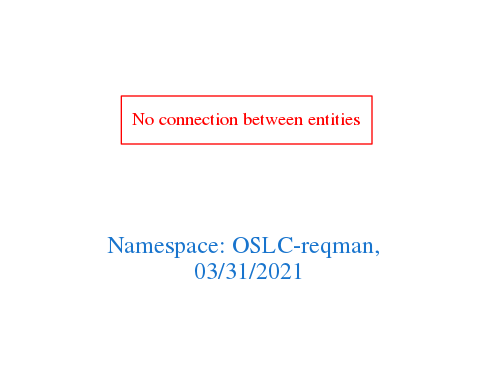
Before: downloads/OSLC-reqman.png, a diagram exported from Graphviz (arago/OGIT). Its source is kept beside it as downloads/OSLC-reqman.dot.
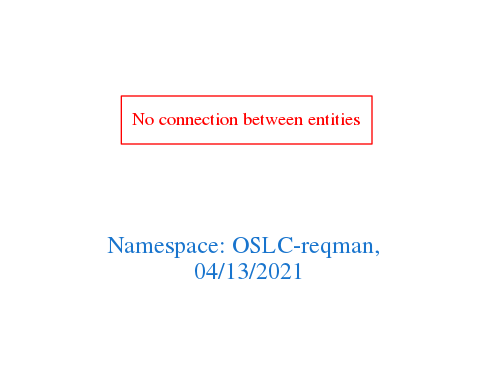
Later version of the same file.

The edit, as a diff of the source:
```diff
@@ -1,7 +1,7 @@
 digraph OGIT_ontology {
  graph [ rankdir= LR,pad=1
 fontsize = 18,
-fontcolor= dodgerblue3,label = "\n\n\nNamespace: OSLC-reqman, \n 03/31/2021"];
+fontcolor= dodgerblue3,label = "\n\n\nNamespace: OSLC-reqman, \n 04/13/2021"];
 node[shape=polygon];
 edge [  color="gray81"];
 
```
